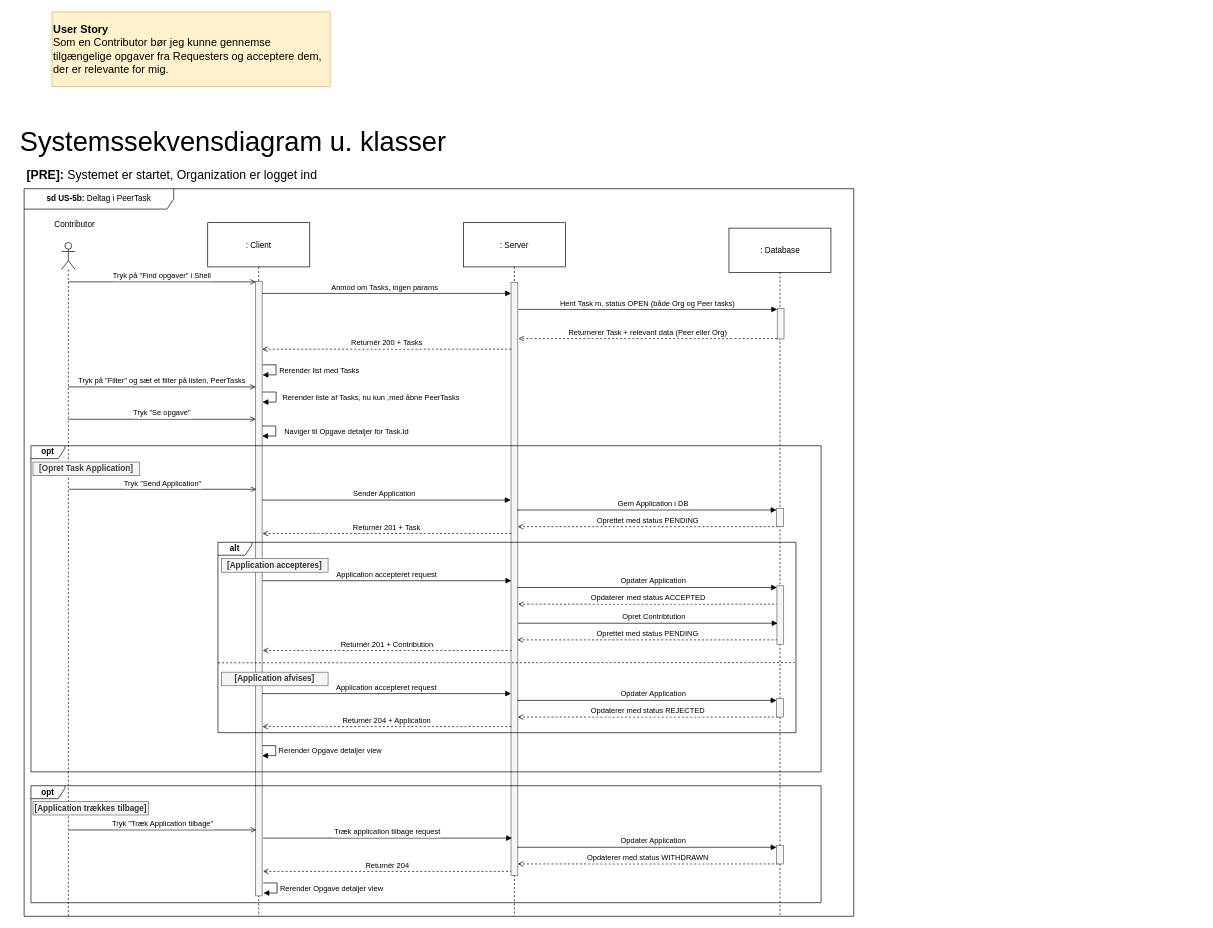
Echo-AU/artifacts keeps this draw.io diagram as drawio/Applikationsmodeller/US5b/US5b_Systemsekvensdiagram.drawio. Above is the earlier version. Source tidied: cells renumbered, new cells numbered last; positions are measured from the earlier drawing's top-left corner, leaving out a move shared by most shapes. Both pictures are drawn from the tidied source at 68%, with x=0, y=0 at pixel (12, 12).
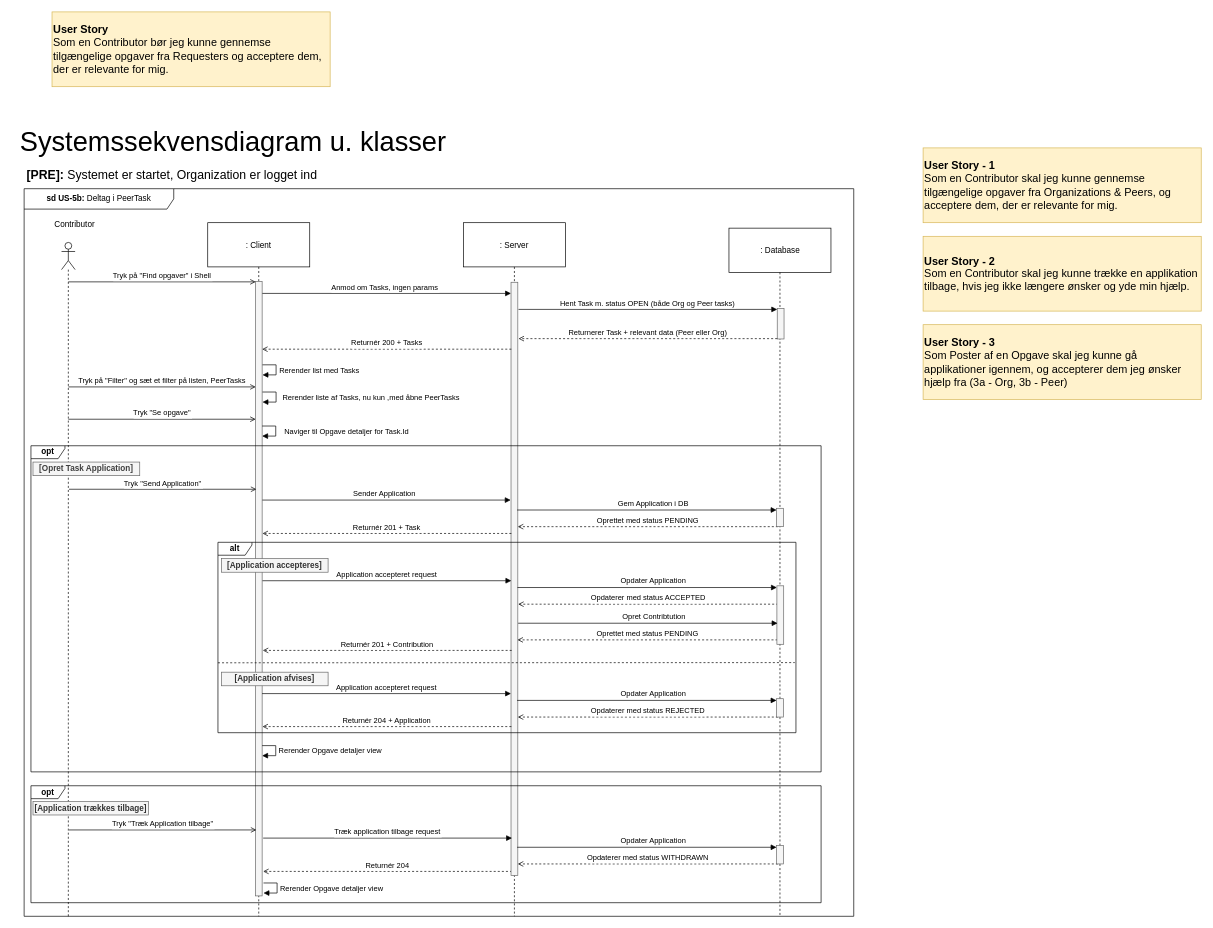
The same page after the edit.

The edit, as a diff of the source:
```diff
@@
+    <mxCell id="68" value="&lt;div style=&quot;&quot;&gt;&lt;font style=&quot;font-size: 16px;&quot;&gt;&lt;b&gt;User Story - 1&lt;/b&gt;&lt;/font&gt;&lt;/div&gt;&lt;div style=&quot;&quot;&gt;&lt;span style=&quot;background-color: transparent; color: rgb(0, 0, 0); font-size: 16px;&quot;&gt;Som en Contributor skal jeg kunne gennemse tilgængelige opgaver fra Or&lt;/span&gt;&lt;span style=&quot;background-color: transparent; font-size: 16px;&quot;&gt;ganizations &amp;amp; Peers, og acceptere dem, der er relevante for mig.&lt;/span&gt;&lt;/div&gt;" style="rounded=0;whiteSpace=wrap;html=1;fillColor=#fff2cc;strokeColor=#d6b656;align=left;" parent="1" vertex="1">
+      <mxGeometry x="1340" y="200" width="409" height="110" as="geometry" />
+    </mxCell>
+    <mxCell id="69" value="&lt;div style=&quot;&quot;&gt;&lt;font style=&quot;font-size: 16px;&quot;&gt;&lt;b&gt;User Story - 2&lt;/b&gt;&lt;/font&gt;&lt;/div&gt;&lt;div style=&quot;&quot;&gt;&lt;span style=&quot;background-color: transparent; color: rgb(0, 0, 0); font-size: 16px;&quot;&gt;Som en Contributor skal jeg kunne trække en applikation tilbage, hvis jeg ikke længere ønsker og yde min hjælp&lt;/span&gt;&lt;span style=&quot;background-color: transparent; font-size: 16px;&quot;&gt;.&lt;/span&gt;&lt;/div&gt;" style="rounded=0;whiteSpace=wrap;html=1;fillColor=#fff2cc;strokeColor=#d6b656;align=left;" parent="1" vertex="1">
+      <mxGeometry x="1340" y="330" width="409" height="110" as="geometry" />
+    </mxCell>
+    <mxCell id="70" value="&lt;div style=&quot;&quot;&gt;&lt;font style=&quot;font-size: 16px;&quot;&gt;&lt;b&gt;User Story - 3&lt;/b&gt;&lt;/font&gt;&lt;/div&gt;&lt;div style=&quot;&quot;&gt;&lt;span style=&quot;background-color: transparent; color: rgb(0, 0, 0); font-size: 16px;&quot;&gt;Som Poster af en Opgave skal jeg kunne gå applikationer igennem, og accepterer dem jeg ønsker hjælp fra (3a - Org, 3b - Peer)&lt;/span&gt;&lt;/div&gt;" style="rounded=0;whiteSpace=wrap;html=1;fillColor=#fff2cc;strokeColor=#d6b656;align=left;" parent="1" vertex="1">
+      <mxGeometry x="1340" y="460" width="409" height="110" as="geometry" />
+    </mxCell>
```
